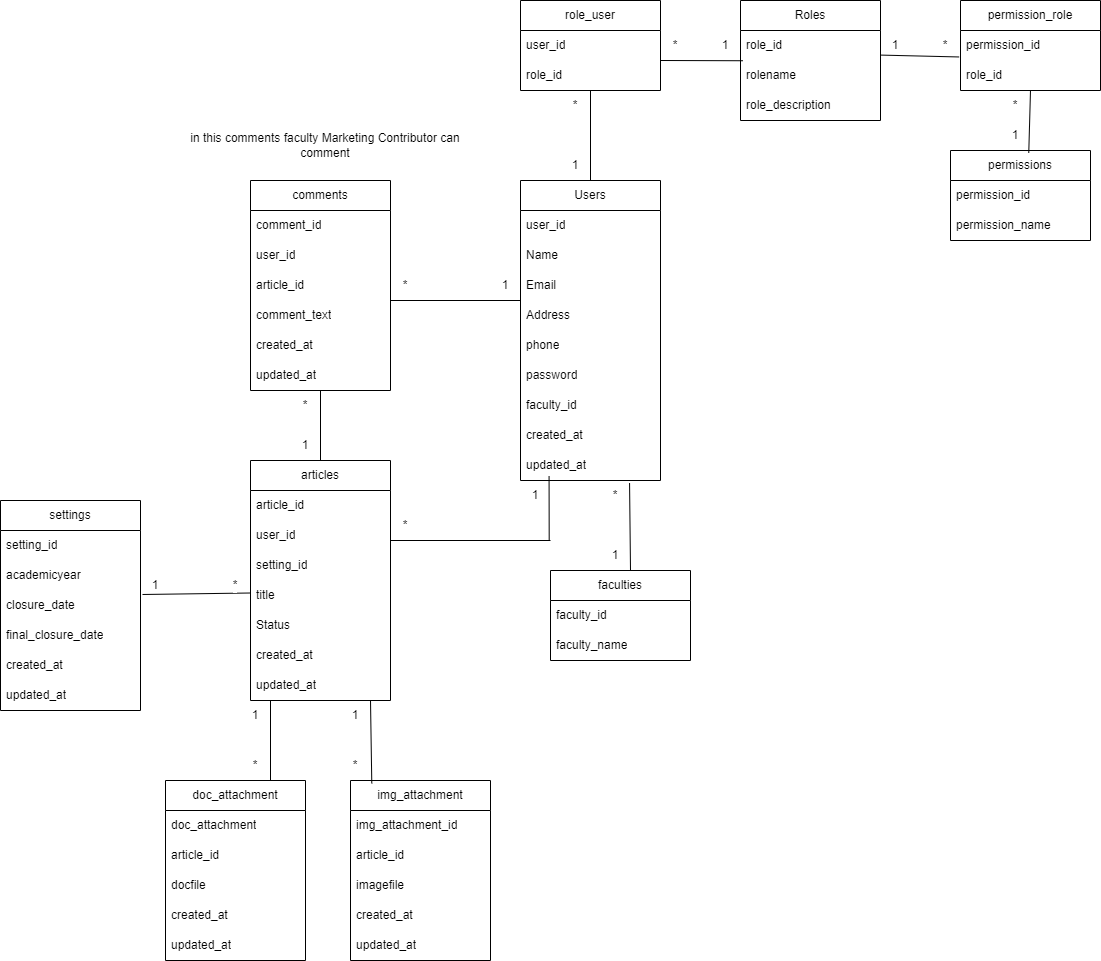
Above: db.drawio.png in myinthlaingsan/EWSD (draw.io), before the change. Source tidied: cells renumbered, new cells last; positions are measured from the earlier drawing's top-left corner, leaving out a move shared by most shapes.
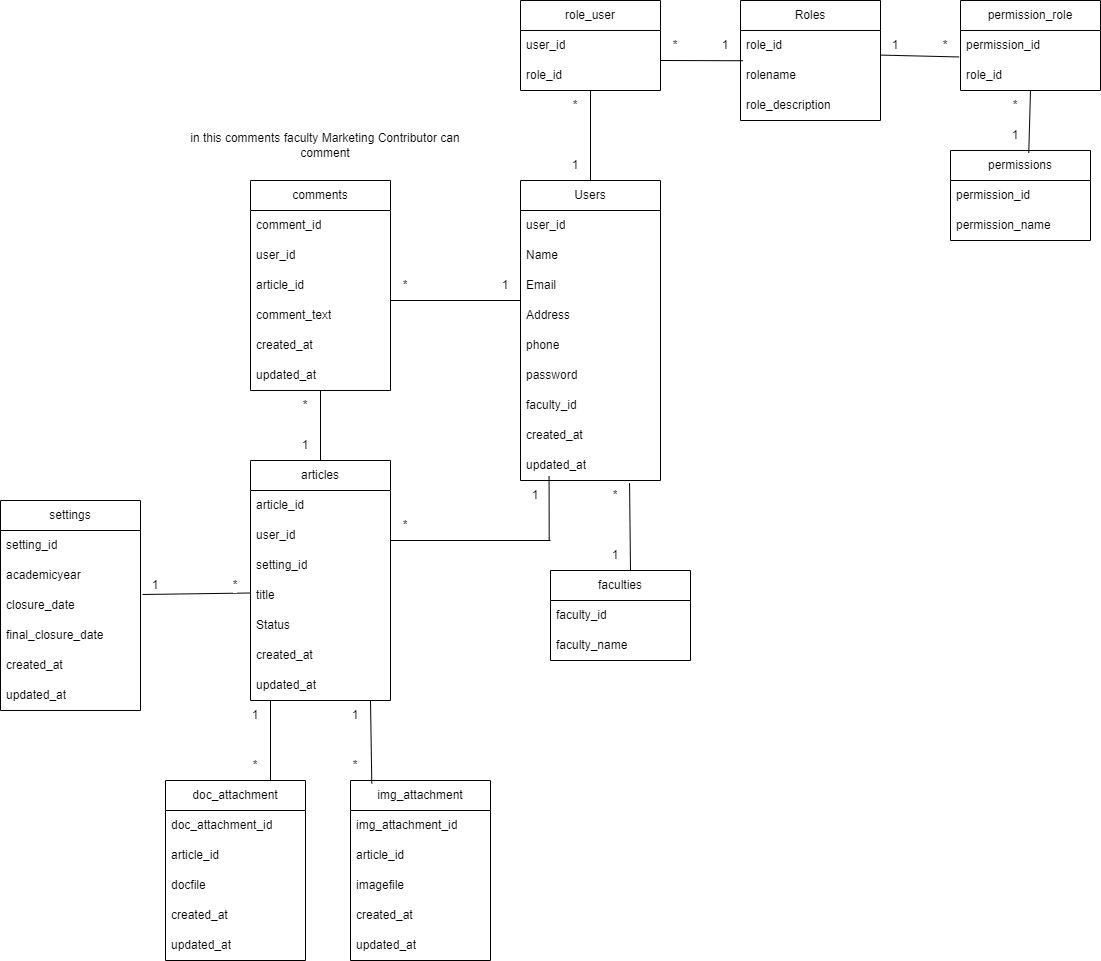
After the commit.

Diff of the diagram source:
```diff
@@ -245,7 +245,7 @@
     <mxCell id="77" value="doc_attachment" style="swimlane;fontStyle=0;horizontal=1;startSize=30;whiteSpace=wrap;html=1;labelBackgroundColor=default;" parent="1" vertex="1">
       <mxGeometry x="165" y="780" width="140" height="180" as="geometry" />
     </mxCell>
-    <mxCell id="78" value="doc_attachment" style="text;strokeColor=none;fillColor=none;align=left;verticalAlign=middle;spacingLeft=4;spacingRight=4;overflow=hidden;whiteSpace=wrap;html=1;labelBackgroundColor=default;" parent="77" vertex="1">
+    <mxCell id="78" value="doc_attachment_id" style="text;strokeColor=none;fillColor=none;align=left;verticalAlign=middle;spacingLeft=4;spacingRight=4;overflow=hidden;whiteSpace=wrap;html=1;labelBackgroundColor=default;" parent="77" vertex="1">
       <mxGeometry y="30" width="140" height="30" as="geometry" />
     </mxCell>
     <mxCell id="79" value="article_id" style="text;strokeColor=none;fillColor=none;align=left;verticalAlign=middle;spacingLeft=4;spacingRight=4;overflow=hidden;whiteSpace=wrap;html=1;labelBackgroundColor=default;" parent="77" vertex="1">
```
